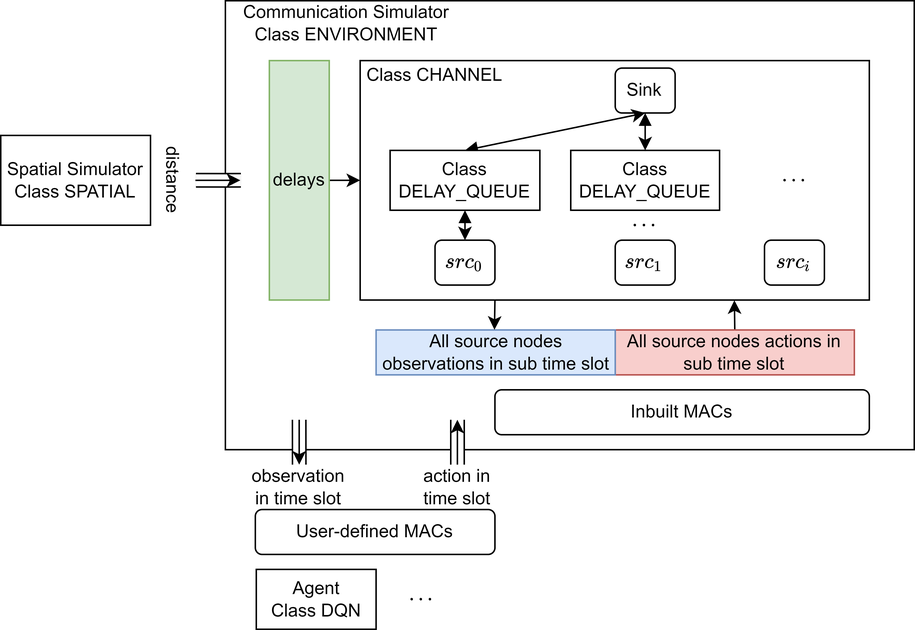
This is figs/architecture.png from ruoyuwang79/HMMACS, a draw.io export, as it was before one commit. Source tidied: cells renumbered, new cells last; positions are measured from the earlier drawing's top-left corner, leaving out a move shared by most shapes.
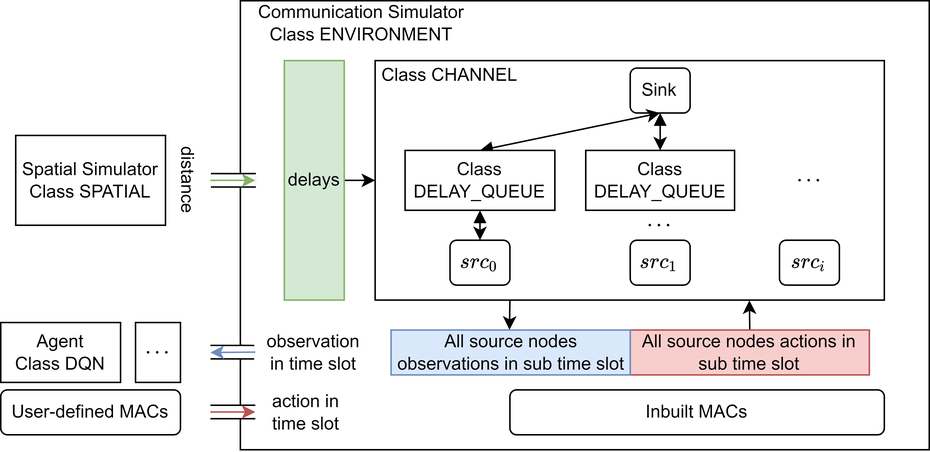
After the commit.

Commit message:
update arch fig

Diff of the diagram source:
```diff
@@ -9,10 +9,10 @@
       <mxGeometry x="150.6" width="160" height="30" as="geometry" />
     </mxCell>
     <mxCell id="4" value="User-defined MACs" style="rounded=1;whiteSpace=wrap;html=1;fillColor=none;" parent="1" vertex="1">
-      <mxGeometry x="170" y="340" width="160" height="30" as="geometry" />
+      <mxGeometry x="-10" y="260" width="120" height="30" as="geometry" />
     </mxCell>
     <mxCell id="5" value="action in time slot" style="text;html=1;strokeColor=none;fillColor=none;align=center;verticalAlign=middle;whiteSpace=wrap;rounded=0;" parent="1" vertex="1">
-      <mxGeometry x="280" y="310" width="50" height="30" as="geometry" />
+      <mxGeometry x="169.4" y="260" width="50" height="30" as="geometry" />
     </mxCell>
     <mxCell id="6" style="rounded=0;whiteSpace=wrap;html=1;fillColor=none;" parent="1" vertex="1">
       <mxGeometry x="240" y="40" width="340" height="160" as="geometry" />
@@ -33,7 +33,7 @@
       <mxGeometry x="380.6" y="100" width="99.4" height="40" as="geometry" />
     </mxCell>
     <mxCell id="12" value="observation in time slot" style="text;html=1;strokeColor=none;fillColor=none;align=center;verticalAlign=middle;whiteSpace=wrap;rounded=0;" parent="1" vertex="1">
-      <mxGeometry x="164.4" y="310" width="70" height="30" as="geometry" />
+      <mxGeometry x="164.4" y="220" width="70" height="30" as="geometry" />
     </mxCell>
     <mxCell id="13" value="`\cdots`" style="text;html=1;strokeColor=none;fillColor=none;align=center;verticalAlign=middle;whiteSpace=wrap;rounded=0;" parent="1" vertex="1">
       <mxGeometry x="500" y="105" width="60" height="30" as="geometry" />
@@ -83,59 +83,59 @@
       <mxGeometry x="179.4" y="40" width="40" height="160" as="geometry" />
     </mxCell>
     <mxCell id="28" value="&lt;span style=&quot;&quot;&gt;Agent&lt;/span&gt;&lt;br style=&quot;&quot;&gt;&lt;span style=&quot;&quot;&gt;Class DQN&lt;/span&gt;" style="rounded=0;whiteSpace=wrap;html=1;fillColor=none;" parent="1" vertex="1">
-      <mxGeometry x="170.6" y="380" width="80" height="40" as="geometry" />
+      <mxGeometry x="-10" y="215" width="80" height="40" as="geometry" />
     </mxCell>
-    <mxCell id="29" value="`\cdots`" style="text;html=1;strokeColor=none;fillColor=none;align=center;verticalAlign=middle;whiteSpace=wrap;rounded=0;" parent="1" vertex="1">
-      <mxGeometry x="250.6" y="385" width="60" height="30" as="geometry" />
+    <mxCell id="29" style="shape=filledEdge;rounded=0;fixDash=1;endArrow=none;strokeWidth=10;fillColor=#ffffff;edgeStyle=orthogonalEdgeStyle;" parent="1" edge="1">
+      <mxGeometry relative="1" as="geometry">
+        <mxPoint x="160" y="274.8" as="sourcePoint" />
+        <mxPoint x="130" y="274.8" as="targetPoint" />
+        <Array as="points">
+          <mxPoint x="159.4" y="274.8" />
+        </Array>
+      </mxGeometry>
     </mxCell>
     <mxCell id="30" style="shape=filledEdge;rounded=0;fixDash=1;endArrow=none;strokeWidth=10;fillColor=#ffffff;edgeStyle=orthogonalEdgeStyle;" parent="1" edge="1">
       <mxGeometry relative="1" as="geometry">
-        <mxPoint x="305" y="310" as="sourcePoint" />
-        <mxPoint x="305" y="280" as="targetPoint" />
+        <mxPoint x="130" y="234.8" as="sourcePoint" />
+        <mxPoint x="150" y="234.8" as="targetPoint" />
         <Array as="points">
-          <mxPoint x="305" y="280" />
+          <mxPoint x="159.3" y="234.8" />
         </Array>
       </mxGeometry>
     </mxCell>
     <mxCell id="31" style="shape=filledEdge;rounded=0;fixDash=1;endArrow=none;strokeWidth=10;fillColor=#ffffff;edgeStyle=orthogonalEdgeStyle;" parent="1" edge="1">
       <mxGeometry relative="1" as="geometry">
-        <mxPoint x="199.3" y="310" as="sourcePoint" />
-        <mxPoint x="199.3" y="280" as="targetPoint" />
+        <mxPoint x="130.4" y="120" as="sourcePoint" />
+        <mxPoint x="160.4" y="120" as="targetPoint" />
         <Array as="points">
-          <mxPoint x="199.3" y="280" />
+          <mxPoint x="150.4" y="120" />
+          <mxPoint x="150.4" y="120" />
         </Array>
       </mxGeometry>
     </mxCell>
-    <mxCell id="32" style="shape=filledEdge;rounded=0;fixDash=1;endArrow=none;strokeWidth=10;fillColor=#ffffff;edgeStyle=orthogonalEdgeStyle;" parent="1" edge="1">
-      <mxGeometry relative="1" as="geometry">
-        <mxPoint x="130.4" y="120" as="sourcePoint" />
-        <mxPoint x="160.4" y="120" as="targetPoint" />
-        <Array as="points">
-          <mxPoint x="150.4" y="120" />
-          <mxPoint x="150.4" y="120" />
-        </Array>
-      </mxGeometry>
+    <mxCell id="32" value="distance" style="text;html=1;strokeColor=none;fillColor=none;align=center;verticalAlign=middle;whiteSpace=wrap;rounded=0;rotation=90;" parent="1" vertex="1">
+      <mxGeometry x="90" y="112.5" width="50" height="15" as="geometry" />
     </mxCell>
-    <mxCell id="33" value="distance" style="text;html=1;strokeColor=none;fillColor=none;align=center;verticalAlign=middle;whiteSpace=wrap;rounded=0;rotation=90;" parent="1" vertex="1">
-      <mxGeometry x="90" y="112.5" width="50" height="15" as="geometry" />
+    <mxCell id="33" style="endArrow=classic;html=1;rounded=0;fillColor=#d5e8d4;strokeColor=#82b366;" parent="1" edge="1">
+      <mxGeometry relative="1" as="geometry">
+        <mxPoint x="130" y="120" as="sourcePoint" />
+        <mxPoint x="160" y="120" as="targetPoint" />
+      </mxGeometry>
     </mxCell>
-    <mxCell id="34" style="endArrow=classic;html=1;rounded=0;" parent="1" edge="1">
+    <mxCell id="34" style="endArrow=classic;html=1;rounded=0;fillColor=#dae8fc;strokeColor=#6c8ebf;" parent="1" edge="1">
       <mxGeometry relative="1" as="geometry">
-        <mxPoint x="130" y="120" as="sourcePoint" />
-        <mxPoint x="160" y="120" as="targetPoint" />
+        <mxPoint x="160" y="234.8" as="sourcePoint" />
+        <mxPoint x="130" y="235" as="targetPoint" />
       </mxGeometry>
     </mxCell>
-    <mxCell id="35" style="endArrow=classic;html=1;rounded=0;" parent="1" edge="1">
+    <mxCell id="35" style="endArrow=classic;html=1;rounded=0;fillColor=#f8cecc;strokeColor=#b85450;" parent="1" edge="1">
       <mxGeometry relative="1" as="geometry">
-        <mxPoint x="199.3" y="280" as="sourcePoint" />
-        <mxPoint x="199.3" y="310" as="targetPoint" />
+        <mxPoint x="130" y="274.8" as="sourcePoint" />
+        <mxPoint x="160" y="274.8" as="targetPoint" />
       </mxGeometry>
     </mxCell>
-    <mxCell id="36" style="endArrow=classic;html=1;rounded=0;" parent="1" edge="1">
-      <mxGeometry relative="1" as="geometry">
-        <mxPoint x="304.9" y="310" as="sourcePoint" />
-        <mxPoint x="304.9" y="280" as="targetPoint" />
-      </mxGeometry>
+    <mxCell id="36" value="`\cdots`" style="rounded=0;whiteSpace=wrap;html=1;fillColor=none;" parent="1" vertex="1">
+      <mxGeometry x="80" y="215" width="30" height="40" as="geometry" />
     </mxCell>
   </root>
 </mxGraphModel>
```
